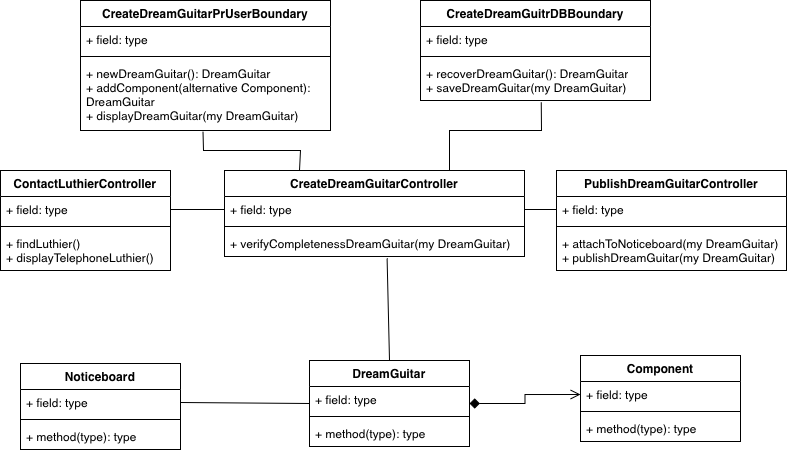
This is BCET.drawio.png from TizianoLilli/ISPW-Project, a draw.io export, as it was before one commit. Source tidied: cells renumbered, new cells last; positions are measured from the earlier drawing's top-left corner, leaving out a move shared by most shapes.
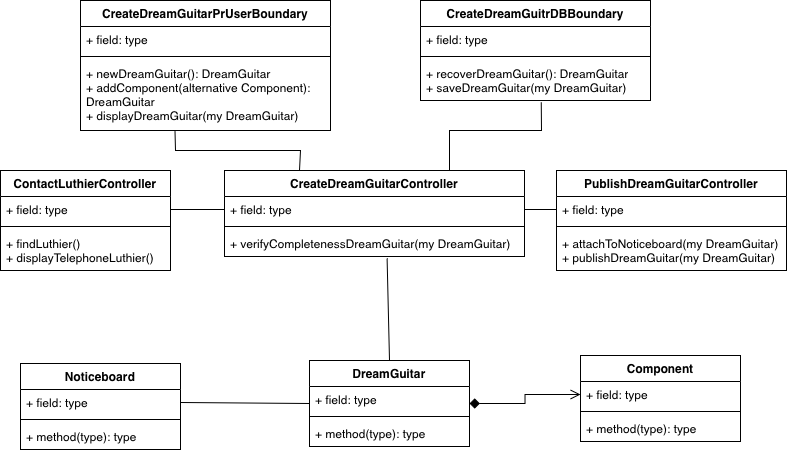
Above is the later version.

The edit, as a diff of the source:
```diff
@@ -113,14 +113,6 @@
     <mxCell id="38" style="endArrow=none;html=1;rounded=0;fontSize=12;startSize=8;endSize=8;curved=1;entryX=0.5;entryY=0;entryDx=0;entryDy=0;exitX=0.542;exitY=1.078;exitDx=0;exitDy=0;exitPerimeter=0;" parent="1" edge="1" source="29" target="2">
       <mxGeometry relative="1" as="geometry" />
     </mxCell>
-    <mxCell id="39" style="endArrow=none;html=1;rounded=0;fontSize=12;startSize=8;endSize=8;curved=0;exitX=0.49;exitY=1.016;exitDx=0;exitDy=0;exitPerimeter=0;entryX=0.25;entryY=0;entryDx=0;entryDy=0;" parent="1" edge="1" source="13" target="26">
-      <mxGeometry relative="1" as="geometry">
-        <Array as="points">
-          <mxPoint x="203" y="150" />
-          <mxPoint x="300" y="150" />
-        </Array>
-      </mxGeometry>
-    </mxCell>
     <mxCell id="40" style="endArrow=none;html=1;rounded=0;fontSize=12;startSize=8;endSize=8;curved=0;entryX=0.525;entryY=1.043;entryDx=0;entryDy=0;entryPerimeter=0;exitX=0.75;exitY=0;exitDx=0;exitDy=0;" parent="1" edge="1" source="26" target="17">
       <mxGeometry relative="1" as="geometry">
         <Array as="points">
@@ -129,5 +121,13 @@
         </Array>
       </mxGeometry>
     </mxCell>
+    <mxCell id="41" style="endArrow=none;html=1;rounded=0;fontSize=12;startSize=8;endSize=8;curved=0;entryX=0.378;entryY=1.008;entryDx=0;entryDy=0;entryPerimeter=0;exitX=0.25;exitY=0;exitDx=0;exitDy=0;" parent="1" edge="1" source="26" target="13">
+      <mxGeometry relative="1" as="geometry">
+        <Array as="points">
+          <mxPoint x="300" y="150" />
+          <mxPoint x="175" y="150" />
+        </Array>
+      </mxGeometry>
+    </mxCell>
   </root>
 </mxGraphModel>
```
